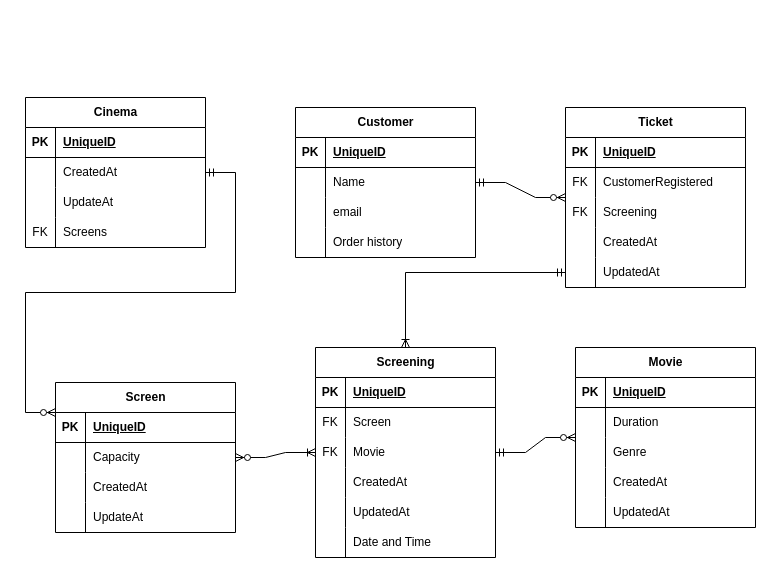
This is cinema.drawio from boolean-uk/database-design, a draw.io file, before an edit. Source tidied: cells renumbered, new cells numbered last; positions are measured from the earlier drawing's top-left corner, leaving out a move shared by most shapes. Both pictures are drawn from the tidied source at 100%, with x=0, y=0 at pixel (25, 97).
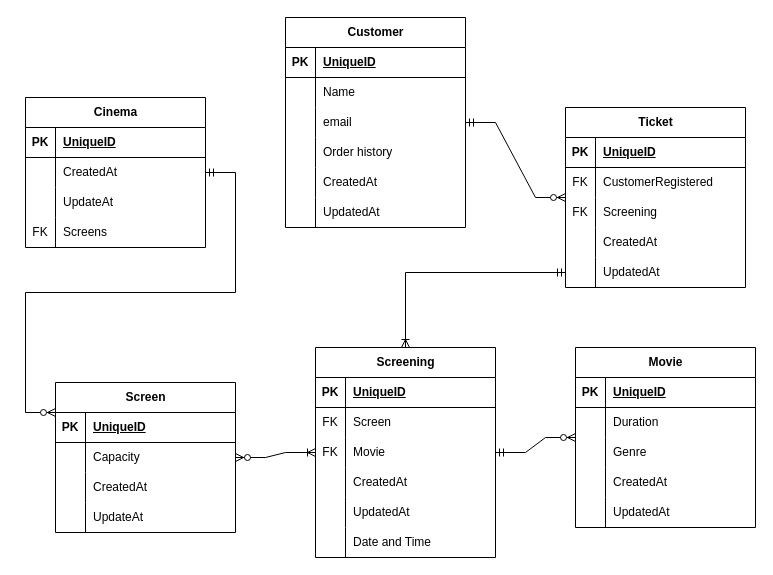
After the change.

Commit message (it also covers changes not shown here):
added CreatedAt and UpdatedAt to Customer entity

The edit, as a diff of the source:
```diff
@@
     <mxCell id="2" value="Customer" style="shape=table;startSize=30;childLayout=tableLayout;rowLines=0;fontStyle=1;align=center;html=1;" parent="1" vertex="1">
-      <mxGeometry x="270" y="10" width="180" height="150" as="geometry" />
+      <mxGeometry x="260" y="-80" width="180" height="210" as="geometry" />
     </mxCell>
@@
+    <mxCell id="97" style="shape=tableRow;horizontal=0;startSize=0;swimlaneHead=0;swimlaneBody=0;fillColor=none;top=0;left=0;right=0;bottom=0;" parent="2" vertex="1">
+      <mxGeometry y="150" width="180" height="30" as="geometry" />
+    </mxCell>
+    <mxCell id="98" style="shape=partialRectangle;fillColor=none;top=0;left=0;bottom=0;right=0;overflow=hidden;whiteSpace=wrap;html=1;" parent="97" vertex="1">
+      <mxGeometry width="30" height="30" as="geometry" />
+    </mxCell>
+    <mxCell id="99" value="CreatedAt" style="shape=partialRectangle;fillColor=none;top=0;left=0;bottom=0;right=0;align=left;spacingLeft=6;overflow=hidden;whiteSpace=wrap;html=1;" parent="97" vertex="1">
+      <mxGeometry x="30" width="150" height="30" as="geometry" />
+    </mxCell>
+    <mxCell id="100" style="shape=tableRow;horizontal=0;startSize=0;swimlaneHead=0;swimlaneBody=0;fillColor=none;top=0;left=0;right=0;bottom=0;" parent="2" vertex="1">
+      <mxGeometry y="180" width="180" height="30" as="geometry" />
+    </mxCell>
+    <mxCell id="101" style="shape=partialRectangle;fillColor=none;top=0;left=0;bottom=0;right=0;overflow=hidden;whiteSpace=wrap;html=1;" parent="100" vertex="1">
+      <mxGeometry width="30" height="30" as="geometry" />
+    </mxCell>
+    <mxCell id="102" value="UpdatedAt" style="shape=partialRectangle;fillColor=none;top=0;left=0;bottom=0;right=0;align=left;spacingLeft=6;overflow=hidden;whiteSpace=wrap;html=1;" parent="100" vertex="1">
+      <mxGeometry x="30" width="150" height="30" as="geometry" />
+    </mxCell>
```
